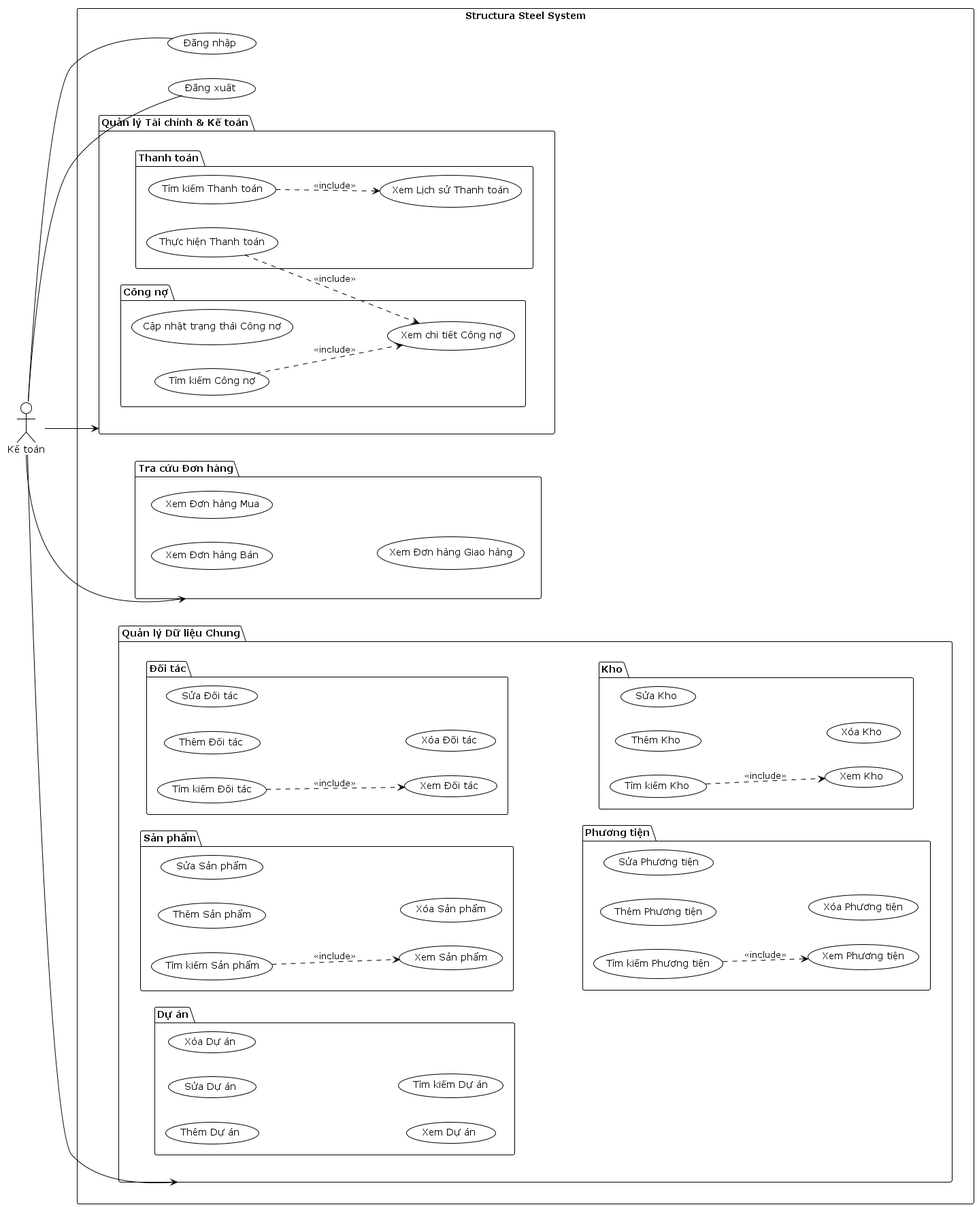
The PlantUML diagram out/Chapter 5/Usecase/Usscase_Accountant/Usecase_Accountant.png in AndrewNguyen-05/structura-uml, before a commit.
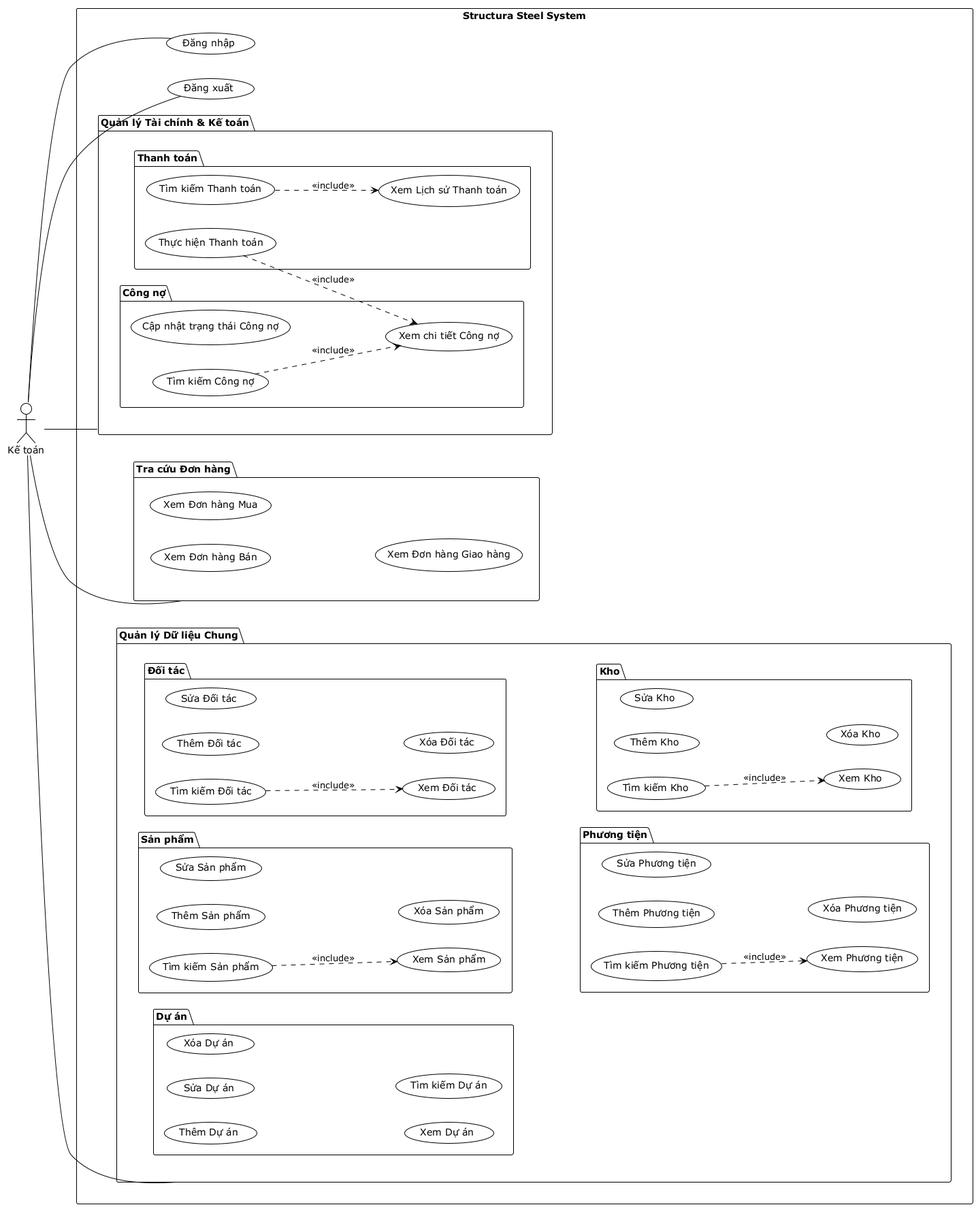
Later version of the same file.

The edit, as a diff of the source:
```diff
@@ -66,9 +66,9 @@
     }
 }
 
-Accountant --> (Quản lý Tài chính & Kế toán)
-Accountant --> (Tra cứu Đơn hàng)
-Accountant --> (Quản lý Dữ liệu Chung)
+Accountant -- (Quản lý Tài chính & Kế toán)
+Accountant -- (Tra cứu Đơn hàng)
+Accountant -- (Quản lý Dữ liệu Chung)
 Accountant -- UC_Login
 Accountant -- UC_Logout
 
```
